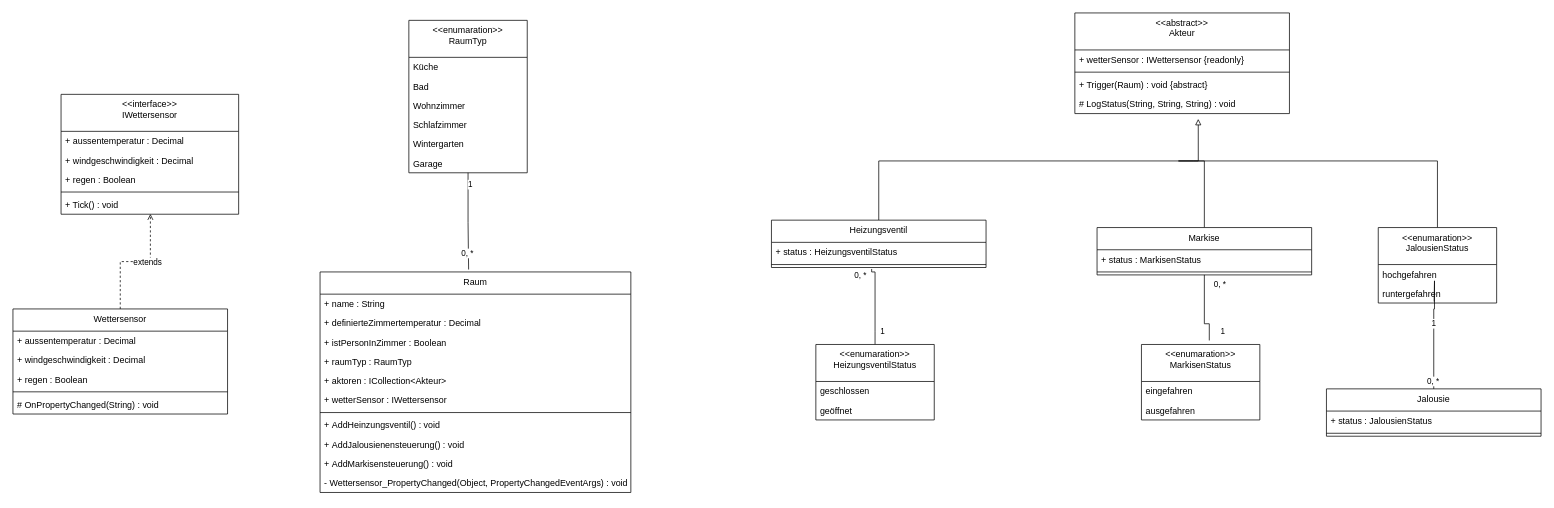
hiltiraphael/SmartHome keeps this draw.io diagram as Planning/Klassendiagramm.drawio. Above is the earlier version. Source tidied: cells renumbered, new cells numbered last; positions are measured from the earlier drawing's top-left corner, leaving out a move shared by most shapes. Both pictures are drawn from the tidied source at 74%, with x=0, y=0 at pixel (13, 13).
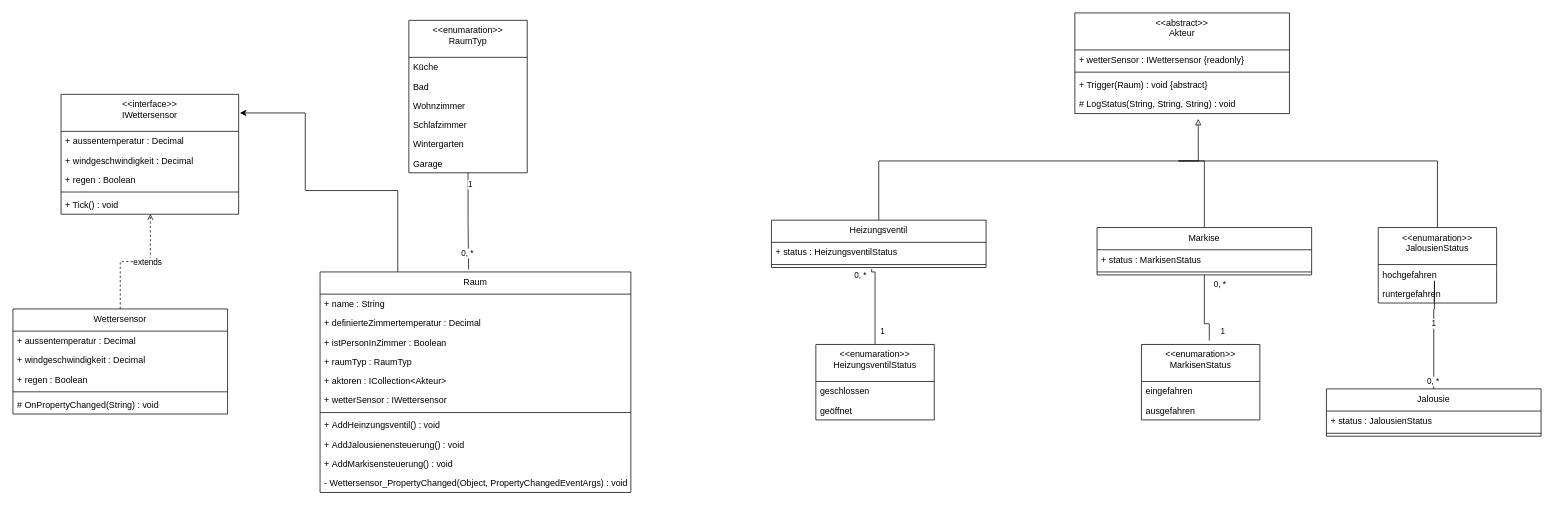
Above is the later version.

Commit message (it also covers changes not shown here):
improved class diagram

The change refers to these unchanged cells:
```xml
<mxCell id="2" value="&lt;&lt;interface&gt;&gt;&#10;IWettersensor" style="swimlane;fontStyle=0;align=center;verticalAlign=top;horizontal=1;startSize=50;" parent="1" vertex="1">
  <mxGeometry x="65" y="110" width="240" height="162" as="geometry" />
</mxCell>
<mxCell id="16" value="Raum" style="swimlane;fontStyle=0;align=center;verticalAlign=top;horizontal=1;startSize=30;" parent="1" vertex="1">
  <mxGeometry x="415" y="350" width="420" height="298" as="geometry" />
</mxCell>
```

Diff of the diagram source:
```diff
@@
+    <mxCell id="70" style="edgeStyle=orthogonalEdgeStyle;rounded=0;jettySize=auto;html=1;entryX=1.007;entryY=0.155;entryDx=0;entryDy=0;entryPerimeter=0;exitX=0.25;exitY=0;exitDx=0;exitDy=0;" parent="1" edge="1" source="16" target="2">
+      <mxGeometry relative="1" as="geometry">
+        <Array as="points">
+          <mxPoint x="520" y="240" />
+          <mxPoint x="395" y="240" />
+          <mxPoint x="395" y="135" />
+        </Array>
+      </mxGeometry>
+    </mxCell>
```
